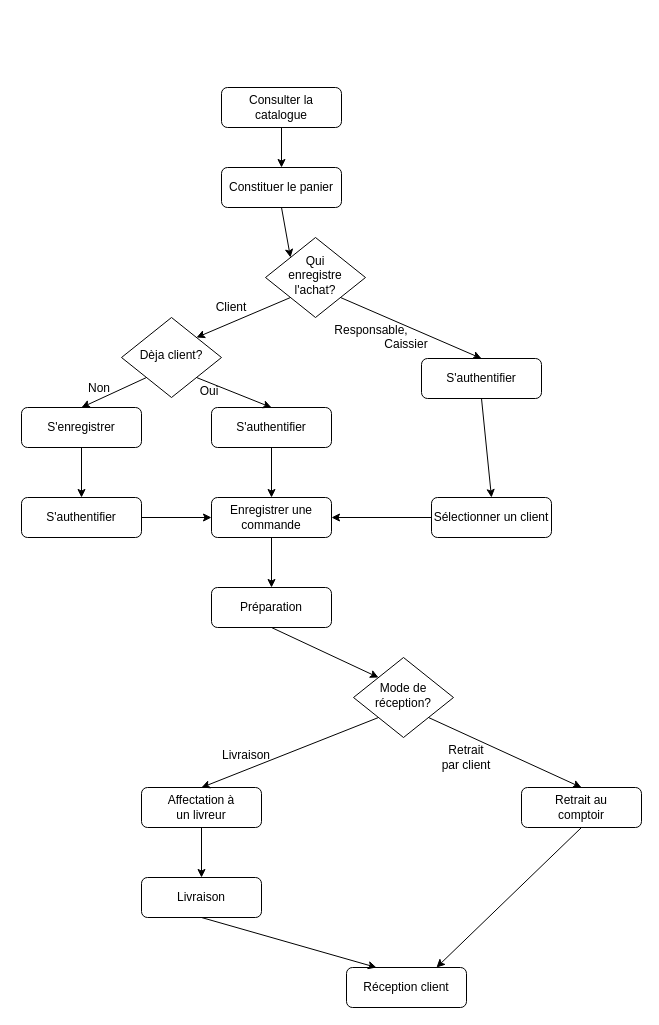
Earlier version of the draw.io diagram life cycle Diagram.drawio (Maayaavi/OC_Project_4). Source tidied: cells renumbered, new cells numbered last; positions are measured from the earlier drawing's top-left corner, leaving out a move shared by most shapes. Both pictures are drawn from the tidied source at 100%, with x=0, y=0 at pixel (21, 87).
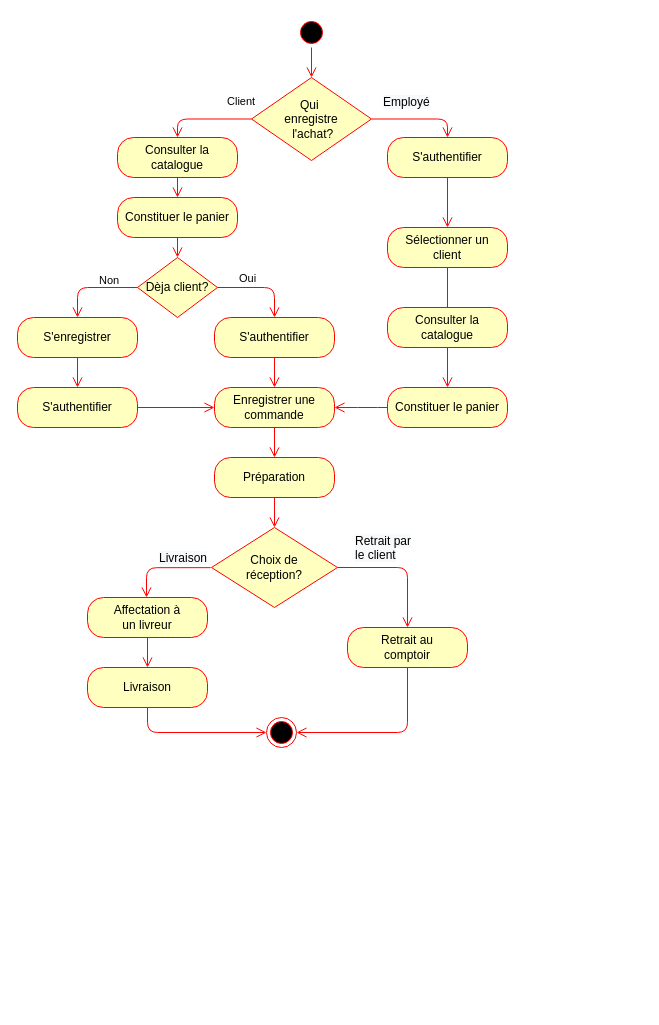
The same page after the edit.

Diff of the diagram source:
```diff
@@
-    <mxCell id="2" value="Consulter la catalogue" style="rounded=1;whiteSpace=wrap;html=1;fontSize=12;glass=0;strokeWidth=1;shadow=0;" parent="1" vertex="1">
-      <mxGeometry x="200" width="120" height="40" as="geometry" />
-    </mxCell>
+    <mxCell id="43" value="Consulter la catalogue" style="rounded=1;whiteSpace=wrap;html=1;arcSize=40;fontColor=#000000;fillColor=#ffffc0;strokeColor=#ff0000;" parent="1" vertex="1">
+      <mxGeometry x="96" y="50" width="120" height="40" as="geometry" />
+    </mxCell>
+    <mxCell id="44" style="edgeStyle=orthogonalEdgeStyle;html=1;verticalAlign=bottom;endArrow=open;endSize=8;strokeColor=#ff0000;entryX=0.5;entryY=0;entryDx=0;entryDy=0;" parent="1" edge="1" source="43" target="45">
+      <mxGeometry relative="1" as="geometry" />
+    </mxCell>
+    <mxCell id="45" value="Constituer le panier" style="rounded=1;whiteSpace=wrap;html=1;arcSize=40;fontColor=#000000;fillColor=#ffffc0;strokeColor=#ff0000;" parent="1" vertex="1">
+      <mxGeometry x="96" y="110" width="120" height="40" as="geometry" />
+    </mxCell>
+    <mxCell id="46" style="edgeStyle=orthogonalEdgeStyle;html=1;verticalAlign=bottom;endArrow=open;endSize=8;strokeColor=#ff0000;exitX=0.5;exitY=1;exitDx=0;exitDy=0;entryX=0.5;entryY=0;entryDx=0;entryDy=0;" parent="1" edge="1" source="45" target="22">
+      <mxGeometry relative="1" as="geometry" />
+    </mxCell>
-    <mxCell id="3" value="Qui &lt;br&gt;enregistre l'achat?" style="rhombus;whiteSpace=wrap;html=1;shadow=0;fontFamily=Helvetica;fontSize=12;align=center;strokeWidth=1;spacing=6;spacingTop=-4;" parent="1" vertex="1">
-      <mxGeometry x="244" y="150" width="100" height="80" as="geometry" />
+    <mxCell id="3" value="Qui&amp;nbsp;&lt;br&gt;enregistre&lt;br&gt;&amp;nbsp;l'achat?" style="rhombus;whiteSpace=wrap;html=1;fillColor=#ffffc0;strokeColor=#ff0000;" parent="1" vertex="1">
+      <mxGeometry x="230" y="-10" width="120" height="83" as="geometry" />
     </mxCell>
-    <mxCell id="4" value="S'authentifier" style="rounded=1;whiteSpace=wrap;html=1;fontSize=12;glass=0;strokeWidth=1;shadow=0;" parent="1" vertex="1">
-      <mxGeometry x="400" y="271" width="120" height="40" as="geometry" />
-    </mxCell>
-    <mxCell id="5" value="Constituer le panier" style="rounded=1;whiteSpace=wrap;html=1;fontSize=12;glass=0;strokeWidth=1;shadow=0;" parent="1" vertex="1">
-      <mxGeometry x="200" y="80" width="120" height="40" as="geometry" />
-    </mxCell>
-    <mxCell id="6" style="endArrow=classic;html=1;exitX=0.5;exitY=1;exitDx=0;exitDy=0;entryX=0.5;entryY=0;entryDx=0;entryDy=0;" parent="1" edge="1" source="2" target="5">
-      <mxGeometry relative="1" as="geometry" />
-    </mxCell>
-    <mxCell id="7" style="endArrow=classic;html=1;exitX=1;exitY=1;exitDx=0;exitDy=0;entryX=0.5;entryY=0;entryDx=0;entryDy=0;" parent="1" edge="1" source="3" target="4">
-      <mxGeometry relative="1" as="geometry" />
-    </mxCell>
-    <mxCell id="8" value="Responsable," style="text;html=1;strokeColor=none;fillColor=none;align=center;verticalAlign=middle;whiteSpace=wrap;rounded=0;" parent="1" vertex="1">
-      <mxGeometry x="330" y="233" width="40" height="20" as="geometry" />
-    </mxCell>
-    <mxCell id="9" value="S'authentifier" style="rounded=1;whiteSpace=wrap;html=1;fontSize=12;glass=0;strokeWidth=1;shadow=0;" parent="1" vertex="1">
-      <mxGeometry x="190" y="320" width="120" height="40" as="geometry" />
-    </mxCell>
-    <mxCell id="10" style="endArrow=classic;html=1;exitX=0.5;exitY=1;exitDx=0;exitDy=0;entryX=0;entryY=0;entryDx=0;entryDy=0;" parent="1" edge="1" source="5" target="3">
-      <mxGeometry relative="1" as="geometry" />
-    </mxCell>
-    <mxCell id="11" style="endArrow=classic;html=1;exitX=0;exitY=1;exitDx=0;exitDy=0;entryX=1;entryY=0;entryDx=0;entryDy=0;" parent="1" edge="1" source="3" target="22">
-      <mxGeometry relative="1" as="geometry" />
-    </mxCell>
+    <mxCell id="47" value="&lt;span style=&quot;font-size: 12px ; text-align: center ; white-space: normal ; background-color: rgb(248 , 249 , 250)&quot;&gt;Employé&lt;/span&gt;" style="edgeStyle=orthogonalEdgeStyle;html=1;align=left;verticalAlign=bottom;endArrow=open;endSize=8;strokeColor=#ff0000;entryX=0.5;entryY=0;entryDx=0;entryDy=0;" parent="1" edge="1" source="3" target="54">
+      <mxGeometry x="-0.78" y="9" relative="1" as="geometry">
+        <mxPoint y="1" as="offset" />
+      </mxGeometry>
+    </mxCell>
-    <mxCell id="12" value="Client" style="text;html=1;strokeColor=none;fillColor=none;align=center;verticalAlign=middle;whiteSpace=wrap;rounded=0;" parent="1" vertex="1">
-      <mxGeometry x="190" y="210" width="40" height="20" as="geometry" />
+    <mxCell id="12" value="Client" style="edgeStyle=orthogonalEdgeStyle;html=1;align=left;verticalAlign=top;endArrow=open;endSize=8;strokeColor=#ff0000;exitX=0;exitY=0.5;exitDx=0;exitDy=0;entryX=0.5;entryY=0;entryDx=0;entryDy=0;" parent="1" edge="1" source="3" target="43">
+      <mxGeometry x="-0.43" y="-31" relative="1" as="geometry">
+        <Array as="points">
+          <mxPoint x="156" y="32" />
+        </Array>
+      </mxGeometry>
     </mxCell>
+    <mxCell id="22" value="Dèja client?" style="rhombus;whiteSpace=wrap;html=1;fillColor=#ffffc0;strokeColor=#ff0000;" parent="1" vertex="1">
+      <mxGeometry x="116" y="170" width="80" height="60" as="geometry" />
+    </mxCell>
+    <mxCell id="25" value="Oui" style="edgeStyle=orthogonalEdgeStyle;html=1;align=left;verticalAlign=bottom;endArrow=open;endSize=8;strokeColor=#ff0000;entryX=0.5;entryY=0;entryDx=0;entryDy=0;exitX=1;exitY=0.5;exitDx=0;exitDy=0;" parent="1" edge="1" source="22" target="51">
+      <mxGeometry x="-0.54" relative="1" as="geometry" />
+    </mxCell>
+    <mxCell id="28" value="Non" style="edgeStyle=orthogonalEdgeStyle;html=1;align=left;verticalAlign=top;endArrow=open;endSize=8;strokeColor=#ff0000;exitX=0;exitY=0.5;exitDx=0;exitDy=0;entryX=0.5;entryY=0;entryDx=0;entryDy=0;" parent="1" edge="1" source="22" target="24">
+      <mxGeometry x="-0.11" y="-20" relative="1" as="geometry">
+        <Array as="points">
+          <mxPoint x="56" y="200" />
+        </Array>
+      </mxGeometry>
+    </mxCell>
+    <mxCell id="24" value="S'enregistrer" style="rounded=1;whiteSpace=wrap;html=1;arcSize=40;fontColor=#000000;fillColor=#ffffc0;strokeColor=#ff0000;" parent="1" vertex="1">
+      <mxGeometry x="-4" y="230" width="120" height="40" as="geometry" />
+    </mxCell>
+    <mxCell id="48" style="edgeStyle=orthogonalEdgeStyle;html=1;verticalAlign=bottom;endArrow=open;endSize=8;strokeColor=#ff0000;entryX=0.5;entryY=0;entryDx=0;entryDy=0;" parent="1" edge="1" source="24" target="49">
+      <mxGeometry relative="1" as="geometry" />
+    </mxCell>
+    <mxCell id="49" value="S'authentifier" style="rounded=1;whiteSpace=wrap;html=1;arcSize=40;fontColor=#000000;fillColor=#ffffc0;strokeColor=#ff0000;" parent="1" vertex="1">
+      <mxGeometry x="-4" y="300" width="120" height="40" as="geometry" />
+    </mxCell>
+    <mxCell id="50" style="edgeStyle=orthogonalEdgeStyle;html=1;verticalAlign=bottom;endArrow=open;endSize=8;strokeColor=#ff0000;entryX=0;entryY=0.5;entryDx=0;entryDy=0;" parent="1" edge="1" source="49" target="13">
+      <mxGeometry relative="1" as="geometry" />
+    </mxCell>
+    <mxCell id="51" value="S'authentifier" style="rounded=1;whiteSpace=wrap;html=1;arcSize=40;fontColor=#000000;fillColor=#ffffc0;strokeColor=#ff0000;" parent="1" vertex="1">
+      <mxGeometry x="193" y="230" width="120" height="40" as="geometry" />
+    </mxCell>
+    <mxCell id="52" style="edgeStyle=orthogonalEdgeStyle;html=1;verticalAlign=bottom;endArrow=open;endSize=8;strokeColor=#ff0000;entryX=0.5;entryY=0;entryDx=0;entryDy=0;" parent="1" edge="1" source="51" target="13">
+      <mxGeometry relative="1" as="geometry" />
+    </mxCell>
-    <mxCell id="13" value="Enregistrer une commande" style="rounded=1;whiteSpace=wrap;html=1;fontSize=12;glass=0;strokeWidth=1;shadow=0;" parent="1" vertex="1">
-      <mxGeometry x="190" y="410" width="120" height="40" as="geometry" />
+    <mxCell id="13" value="Enregistrer une commande" style="rounded=1;whiteSpace=wrap;html=1;arcSize=40;fontColor=#000000;fillColor=#ffffc0;strokeColor=#ff0000;" parent="1" vertex="1">
+      <mxGeometry x="193" y="300" width="120" height="40" as="geometry" />
     </mxCell>
-    <mxCell id="14" style="endArrow=classic;html=1;exitX=0.5;exitY=1;exitDx=0;exitDy=0;entryX=0.5;entryY=0;entryDx=0;entryDy=0;" parent="1" edge="1" source="9" target="13">
-      <mxGeometry relative="1" as="geometry" />
-    </mxCell>
+    <mxCell id="19" style="edgeStyle=orthogonalEdgeStyle;html=1;verticalAlign=bottom;endArrow=open;endSize=8;strokeColor=#ff0000;entryX=0.5;entryY=0;entryDx=0;entryDy=0;" parent="1" edge="1" source="13" target="18">
+      <mxGeometry relative="1" as="geometry" />
+    </mxCell>
+    <mxCell id="18" value="Préparation" style="rounded=1;whiteSpace=wrap;html=1;arcSize=40;fontColor=#000000;fillColor=#ffffc0;strokeColor=#ff0000;" parent="1" vertex="1">
+      <mxGeometry x="193" y="370" width="120" height="40" as="geometry" />
+    </mxCell>
+    <mxCell id="53" style="edgeStyle=orthogonalEdgeStyle;html=1;verticalAlign=bottom;endArrow=open;endSize=8;strokeColor=#ff0000;entryX=0.5;entryY=0;entryDx=0;entryDy=0;" parent="1" edge="1" source="18" target="56">
+      <mxGeometry relative="1" as="geometry" />
+    </mxCell>
+    <mxCell id="54" value="S'authentifier" style="rounded=1;whiteSpace=wrap;html=1;arcSize=40;fontColor=#000000;fillColor=#ffffc0;strokeColor=#ff0000;" parent="1" vertex="1">
+      <mxGeometry x="366" y="50" width="120" height="40" as="geometry" />
+    </mxCell>
+    <mxCell id="55" style="edgeStyle=orthogonalEdgeStyle;html=1;verticalAlign=bottom;endArrow=open;endSize=8;strokeColor=#ff0000;entryX=0.5;entryY=0;entryDx=0;entryDy=0;" parent="1" edge="1" source="54" target="15">
+      <mxGeometry relative="1" as="geometry" />
+    </mxCell>
+    <mxCell id="56" value="Choix de&lt;br&gt;réception?" style="rhombus;whiteSpace=wrap;html=1;fillColor=#ffffc0;strokeColor=#ff0000;" parent="1" vertex="1">
+      <mxGeometry x="190" y="440" width="126" height="80" as="geometry" />
+    </mxCell>
+    <mxCell id="57" value="&lt;span style=&quot;font-size: 12px ; text-align: center ; white-space: normal ; background-color: rgb(248 , 249 , 250)&quot;&gt;Livraison&lt;/span&gt;" style="edgeStyle=orthogonalEdgeStyle;html=1;align=left;verticalAlign=bottom;endArrow=open;endSize=8;strokeColor=#ff0000;entryX=0.5;entryY=0;entryDx=0;entryDy=0;exitX=-0.006;exitY=0.502;exitDx=0;exitDy=0;exitPerimeter=0;" parent="1" edge="1" source="56">
+      <mxGeometry x="0.13" relative="1" as="geometry">
+        <mxPoint x="125" y="510" as="targetPoint" />
+        <Array as="points">
+          <mxPoint x="125" y="480" />
+        </Array>
+      </mxGeometry>
+    </mxCell>
+    <mxCell id="58" value="&lt;span style=&quot;font-size: 12px ; text-align: center ; white-space: normal ; background-color: rgb(248 , 249 , 250)&quot;&gt;Retrait&amp;nbsp;&lt;/span&gt;&lt;span style=&quot;font-size: 12px ; text-align: center ; white-space: normal ; background-color: rgb(248 , 249 , 250)&quot;&gt;par le client&lt;/span&gt;" style="edgeStyle=orthogonalEdgeStyle;html=1;align=left;verticalAlign=top;endArrow=open;endSize=8;strokeColor=#ff0000;" parent="1" edge="1" source="56" target="31">
+      <mxGeometry x="-0.75" y="40" relative="1" as="geometry" />
+    </mxCell>
+    <mxCell id="20" value="Affectation à&lt;br&gt;un livreur" style="rounded=1;whiteSpace=wrap;html=1;arcSize=40;fontColor=#000000;fillColor=#ffffc0;strokeColor=#ff0000;" parent="1" vertex="1">
+      <mxGeometry x="66" y="510" width="120" height="40" as="geometry" />
+    </mxCell>
+    <mxCell id="59" style="edgeStyle=orthogonalEdgeStyle;html=1;verticalAlign=bottom;endArrow=open;endSize=8;strokeColor=#ff0000;entryX=0.5;entryY=0;entryDx=0;entryDy=0;" parent="1" edge="1" source="20" target="61">
+      <mxGeometry relative="1" as="geometry" />
+    </mxCell>
+    <mxCell id="31" value="Retrait au&lt;br&gt;comptoir" style="rounded=1;whiteSpace=wrap;html=1;arcSize=40;fontColor=#000000;fillColor=#ffffc0;strokeColor=#ff0000;" parent="1" vertex="1">
+      <mxGeometry x="326" y="540" width="120" height="40" as="geometry" />
+    </mxCell>
+    <mxCell id="60" style="edgeStyle=orthogonalEdgeStyle;html=1;verticalAlign=bottom;endArrow=open;endSize=8;strokeColor=#ff0000;entryX=1;entryY=0.5;entryDx=0;entryDy=0;exitX=0.5;exitY=1;exitDx=0;exitDy=0;" parent="1" edge="1" source="31" target="63">
+      <mxGeometry relative="1" as="geometry">
+        <Array as="points">
+          <mxPoint x="386" y="645" />
+        </Array>
+      </mxGeometry>
+    </mxCell>
+    <mxCell id="61" value="Livraison" style="rounded=1;whiteSpace=wrap;html=1;arcSize=40;fontColor=#000000;fillColor=#ffffc0;strokeColor=#ff0000;" parent="1" vertex="1">
+      <mxGeometry x="66" y="580" width="120" height="40" as="geometry" />
+    </mxCell>
+    <mxCell id="62" style="edgeStyle=orthogonalEdgeStyle;html=1;verticalAlign=bottom;endArrow=open;endSize=8;strokeColor=#ff0000;entryX=0;entryY=0.5;entryDx=0;entryDy=0;exitX=0.5;exitY=1;exitDx=0;exitDy=0;" parent="1" edge="1" source="61" target="63">
+      <mxGeometry relative="1" as="geometry" />
+    </mxCell>
+    <mxCell id="63" style="ellipse;html=1;shape=endState;fillColor=#000000;strokeColor=#ff0000;" parent="1" vertex="1">
+      <mxGeometry x="245" y="630" width="30" height="30" as="geometry" />
+    </mxCell>
+    <mxCell id="64" style="ellipse;html=1;shape=startState;fillColor=#000000;strokeColor=#ff0000;" parent="1" vertex="1">
+      <mxGeometry x="275" y="-70" width="30" height="30" as="geometry" />
+    </mxCell>
+    <mxCell id="65" style="edgeStyle=orthogonalEdgeStyle;html=1;verticalAlign=bottom;endArrow=open;endSize=8;strokeColor=#ff0000;entryX=0.5;entryY=0;entryDx=0;entryDy=0;" parent="1" edge="1" source="64" target="3">
+      <mxGeometry relative="1" as="geometry" />
+    </mxCell>
-    <mxCell id="15" value="Sélectionner un client" style="rounded=1;whiteSpace=wrap;html=1;fontSize=12;glass=0;strokeWidth=1;shadow=0;" parent="1" vertex="1">
-      <mxGeometry x="410" y="410" width="120" height="40" as="geometry" />
+    <mxCell id="15" value="Sélectionner un&lt;br&gt;client" style="rounded=1;whiteSpace=wrap;html=1;arcSize=40;fontColor=#000000;fillColor=#ffffc0;strokeColor=#ff0000;" parent="1" vertex="1">
+      <mxGeometry x="366" y="140" width="120" height="40" as="geometry" />
     </mxCell>
-    <mxCell id="16" style="endArrow=classic;html=1;exitX=0.5;exitY=1;exitDx=0;exitDy=0;entryX=0.5;entryY=0;entryDx=0;entryDy=0;" parent="1" edge="1" source="4" target="15">
-      <mxGeometry relative="1" as="geometry" />
-    </mxCell>
-    <mxCell id="17" style="endArrow=classic;html=1;exitX=0;exitY=0.5;exitDx=0;exitDy=0;entryX=1;entryY=0.5;entryDx=0;entryDy=0;" parent="1" edge="1" source="15" target="13">
-      <mxGeometry relative="1" as="geometry" />
-    </mxCell>
-    <mxCell id="18" value="Préparation" style="rounded=1;whiteSpace=wrap;html=1;fontSize=12;glass=0;strokeWidth=1;shadow=0;" parent="1" vertex="1">
-      <mxGeometry x="190" y="500" width="120" height="40" as="geometry" />
-    </mxCell>
-    <mxCell id="19" style="endArrow=classic;html=1;exitX=0.5;exitY=1;exitDx=0;exitDy=0;entryX=0.5;entryY=0;entryDx=0;entryDy=0;" parent="1" edge="1" source="13" target="18">
-      <mxGeometry relative="1" as="geometry" />
-    </mxCell>
-    <mxCell id="20" value="Affectation à&lt;br&gt;un livreur" style="rounded=1;whiteSpace=wrap;html=1;fontSize=12;glass=0;strokeWidth=1;shadow=0;" parent="1" vertex="1">
-      <mxGeometry x="120" y="700" width="120" height="40" as="geometry" />
-    </mxCell>
-    <mxCell id="21" value="Mode de&lt;br&gt;réception?" style="rhombus;whiteSpace=wrap;html=1;shadow=0;fontFamily=Helvetica;fontSize=12;align=center;strokeWidth=1;spacing=6;spacingTop=-4;" parent="1" vertex="1">
-      <mxGeometry x="332" y="570" width="100" height="80" as="geometry" />
-    </mxCell>
-    <mxCell id="22" value="Dèja client?" style="rhombus;whiteSpace=wrap;html=1;shadow=0;fontFamily=Helvetica;fontSize=12;align=center;strokeWidth=1;spacing=6;spacingTop=-4;" parent="1" vertex="1">
-      <mxGeometry x="100" y="230" width="100" height="80" as="geometry" />
-    </mxCell>
-    <mxCell id="23" style="endArrow=classic;html=1;exitX=1;exitY=1;exitDx=0;exitDy=0;entryX=0.5;entryY=0;entryDx=0;entryDy=0;" parent="1" edge="1" source="22" target="9">
-      <mxGeometry relative="1" as="geometry" />
-    </mxCell>
-    <mxCell id="24" value="S'enregistrer" style="rounded=1;whiteSpace=wrap;html=1;fontSize=12;glass=0;strokeWidth=1;shadow=0;" parent="1" vertex="1">
-      <mxGeometry y="320" width="120" height="40" as="geometry" />
-    </mxCell>
-    <mxCell id="25" value="Oui" style="text;html=1;strokeColor=none;fillColor=none;align=center;verticalAlign=middle;whiteSpace=wrap;rounded=0;" parent="1" vertex="1">
-      <mxGeometry x="168" y="294" width="40" height="20" as="geometry" />
-    </mxCell>
-    <mxCell id="26" style="endArrow=classic;html=1;exitX=0;exitY=1;exitDx=0;exitDy=0;entryX=0.5;entryY=0;entryDx=0;entryDy=0;" parent="1" edge="1" source="22" target="24">
-      <mxGeometry relative="1" as="geometry" />
-    </mxCell>
-    <mxCell id="27" style="endArrow=classic;html=1;exitX=1;exitY=0.5;exitDx=0;exitDy=0;entryX=0;entryY=0.5;entryDx=0;entryDy=0;" parent="1" edge="1" source="33" target="13">
-      <mxGeometry relative="1" as="geometry" />
-    </mxCell>
-    <mxCell id="28" value="Non" style="text;html=1;strokeColor=none;fillColor=none;align=center;verticalAlign=middle;whiteSpace=wrap;rounded=0;" parent="1" vertex="1">
-      <mxGeometry x="58" y="291" width="40" height="20" as="geometry" />
-    </mxCell>
-    <mxCell id="29" style="endArrow=classic;html=1;exitX=0.5;exitY=1;exitDx=0;exitDy=0;entryX=0;entryY=0;entryDx=0;entryDy=0;" parent="1" edge="1" source="18" target="21">
-      <mxGeometry relative="1" as="geometry" />
-    </mxCell>
-    <mxCell id="30" style="endArrow=classic;html=1;exitX=0;exitY=1;exitDx=0;exitDy=0;entryX=0.5;entryY=0;entryDx=0;entryDy=0;" parent="1" edge="1" source="21" target="20">
-      <mxGeometry relative="1" as="geometry" />
-    </mxCell>
-    <mxCell id="31" value="Retrait au&lt;br&gt;comptoir" style="rounded=1;whiteSpace=wrap;html=1;fontSize=12;glass=0;strokeWidth=1;shadow=0;" parent="1" vertex="1">
-      <mxGeometry x="500" y="700" width="120" height="40" as="geometry" />
-    </mxCell>
-    <mxCell id="32" style="endArrow=classic;html=1;exitX=1;exitY=1;exitDx=0;exitDy=0;entryX=0.5;entryY=0;entryDx=0;entryDy=0;" parent="1" edge="1" source="21" target="31">
-      <mxGeometry relative="1" as="geometry" />
-    </mxCell>
-    <mxCell id="33" value="S'authentifier" style="rounded=1;whiteSpace=wrap;html=1;fontSize=12;glass=0;strokeWidth=1;shadow=0;" parent="1" vertex="1">
-      <mxGeometry y="410" width="120" height="40" as="geometry" />
-    </mxCell>
-    <mxCell id="34" style="endArrow=classic;html=1;exitX=0.5;exitY=1;exitDx=0;exitDy=0;entryX=0.5;entryY=0;entryDx=0;entryDy=0;" parent="1" edge="1" source="24" target="33">
-      <mxGeometry relative="1" as="geometry" />
-    </mxCell>
-    <mxCell id="35" value="Caissier" style="text;html=1;strokeColor=none;fillColor=none;align=center;verticalAlign=middle;whiteSpace=wrap;rounded=0;" parent="1" vertex="1">
-      <mxGeometry x="365" y="247" width="40" height="20" as="geometry" />
-    </mxCell>
-    <mxCell id="36" value="Retrait&lt;br&gt;par client" style="text;html=1;strokeColor=none;fillColor=none;align=center;verticalAlign=middle;whiteSpace=wrap;rounded=0;" parent="1" vertex="1">
-      <mxGeometry x="410" y="660" width="70" height="20" as="geometry" />
-    </mxCell>
-    <mxCell id="37" value="Livraison" style="rounded=1;whiteSpace=wrap;html=1;fontSize=12;glass=0;strokeWidth=1;shadow=0;" parent="1" vertex="1">
-      <mxGeometry x="120" y="790" width="120" height="40" as="geometry" />
-    </mxCell>
-    <mxCell id="38" value="Réception client" style="rounded=1;whiteSpace=wrap;html=1;fontSize=12;glass=0;strokeWidth=1;shadow=0;" parent="1" vertex="1">
-      <mxGeometry x="325" y="880" width="120" height="40" as="geometry" />
-    </mxCell>
-    <mxCell id="39" style="endArrow=classic;html=1;exitX=0.5;exitY=1;exitDx=0;exitDy=0;entryX=0.5;entryY=0;entryDx=0;entryDy=0;" parent="1" edge="1" source="20" target="37">
-      <mxGeometry relative="1" as="geometry" />
-    </mxCell>
-    <mxCell id="40" style="endArrow=classic;html=1;exitX=0.5;exitY=1;exitDx=0;exitDy=0;entryX=0.25;entryY=0;entryDx=0;entryDy=0;" parent="1" edge="1" source="37" target="38">
-      <mxGeometry relative="1" as="geometry" />
-    </mxCell>
-    <mxCell id="41" style="endArrow=classic;html=1;exitX=0.5;exitY=1;exitDx=0;exitDy=0;entryX=0.75;entryY=0;entryDx=0;entryDy=0;" parent="1" edge="1" source="31" target="38">
-      <mxGeometry relative="1" as="geometry" />
-    </mxCell>
-    <mxCell id="42" value="Livraison" style="text;html=1;strokeColor=none;fillColor=none;align=center;verticalAlign=middle;whiteSpace=wrap;rounded=0;" parent="1" vertex="1">
-      <mxGeometry x="190" y="658" width="70" height="20" as="geometry" />
-    </mxCell>
+    <mxCell id="66" style="edgeStyle=orthogonalEdgeStyle;html=1;verticalAlign=bottom;endArrow=open;endSize=8;strokeColor=#ff0000;exitX=0.5;exitY=1;exitDx=0;exitDy=0;entryX=0.5;entryY=0;entryDx=0;entryDy=0;" parent="1" edge="1" source="15" target="67">
+      <mxGeometry relative="1" as="geometry">
+        <Array as="points">
+          <mxPoint x="426" y="230" />
+          <mxPoint x="426" y="230" />
+        </Array>
+      </mxGeometry>
+    </mxCell>
+    <mxCell id="67" value="Consulter la catalogue" style="rounded=1;whiteSpace=wrap;html=1;arcSize=40;fontColor=#000000;fillColor=#ffffc0;strokeColor=#ff0000;" parent="1" vertex="1">
+      <mxGeometry x="366" y="220" width="120" height="40" as="geometry" />
+    </mxCell>
+    <mxCell id="68" style="edgeStyle=orthogonalEdgeStyle;html=1;verticalAlign=bottom;endArrow=open;endSize=8;strokeColor=#ff0000;entryX=0.5;entryY=0;entryDx=0;entryDy=0;" parent="1" edge="1" source="67" target="69">
+      <mxGeometry relative="1" as="geometry" />
+    </mxCell>
+    <mxCell id="69" value="Constituer le panier" style="rounded=1;whiteSpace=wrap;html=1;arcSize=40;fontColor=#000000;fillColor=#ffffc0;strokeColor=#ff0000;" parent="1" vertex="1">
+      <mxGeometry x="366" y="300" width="120" height="40" as="geometry" />
+    </mxCell>
+    <mxCell id="70" style="edgeStyle=orthogonalEdgeStyle;html=1;verticalAlign=bottom;endArrow=open;endSize=8;strokeColor=#ff0000;exitX=0;exitY=0.5;exitDx=0;exitDy=0;entryX=1;entryY=0.5;entryDx=0;entryDy=0;" parent="1" edge="1" source="69" target="13">
+      <mxGeometry relative="1" as="geometry">
+        <Array as="points">
+          <mxPoint x="346" y="320" />
+          <mxPoint x="346" y="320" />
+        </Array>
+      </mxGeometry>
+    </mxCell>
```
